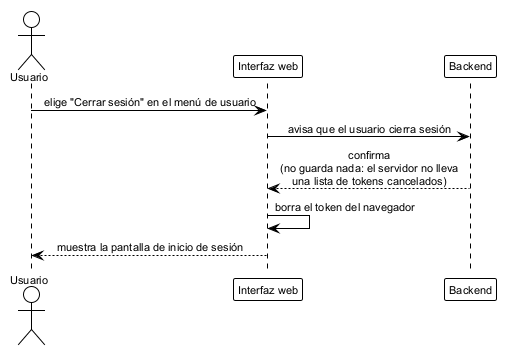
ErickJester/fst-ai-system-latex keeps this PlantUML diagram as figures/diagramas/seq_logout.png. Above is the earlier version.
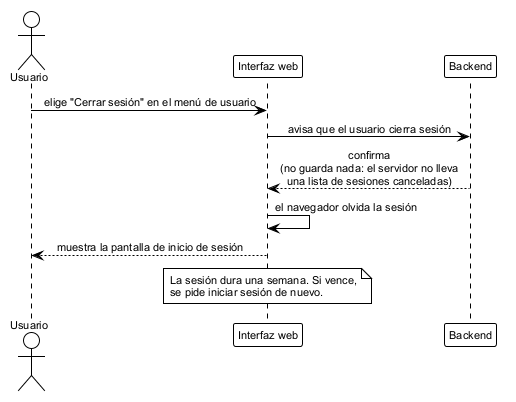
The same file after the commit.

What changed in the source:
```diff
@@ -12,7 +12,11 @@
 
 u -> ui: elige "Cerrar sesión" en el menú de usuario
 ui -> api: avisa que el usuario cierra sesión
-api --> ui: confirma\n(no guarda nada: el servidor no lleva\nuna lista de tokens cancelados)
-ui -> ui: borra el token del navegador
+api --> ui: confirma\n(no guarda nada: el servidor no lleva\nuna lista de sesiones canceladas)
+ui -> ui: el navegador olvida la sesión
 ui --> u: muestra la pantalla de inicio de sesión
+note over ui
+  La sesión dura una semana. Si vence,
+  se pide iniciar sesión de nuevo.
+end note
 @enduml
```
